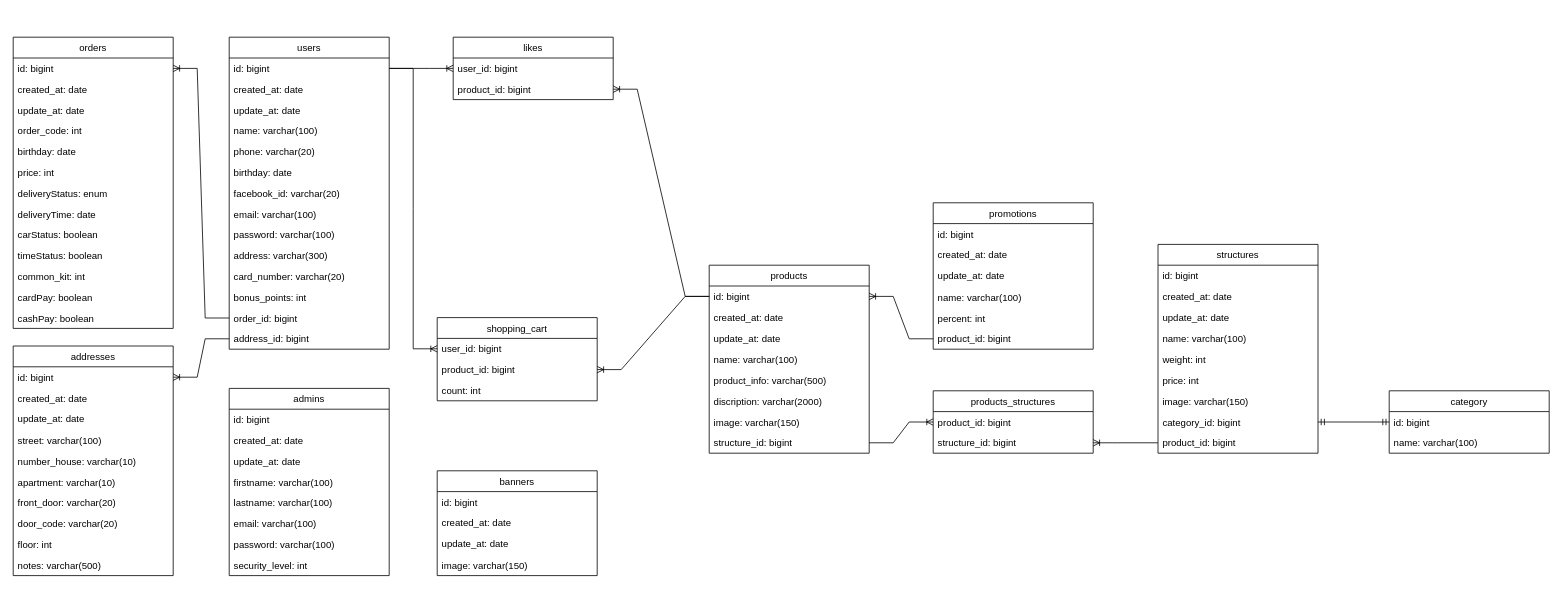
The draw.io diagram src/Vilki_Palki.drawio in NikitaFoshch/UML, before the edit. Source tidied: cells renumbered, new cells numbered last; positions are measured from the earlier drawing's top-left corner, leaving out a move shared by most shapes. Both pictures are drawn from the tidied source at 80%, with x=0, y=0 at pixel (13, 37).
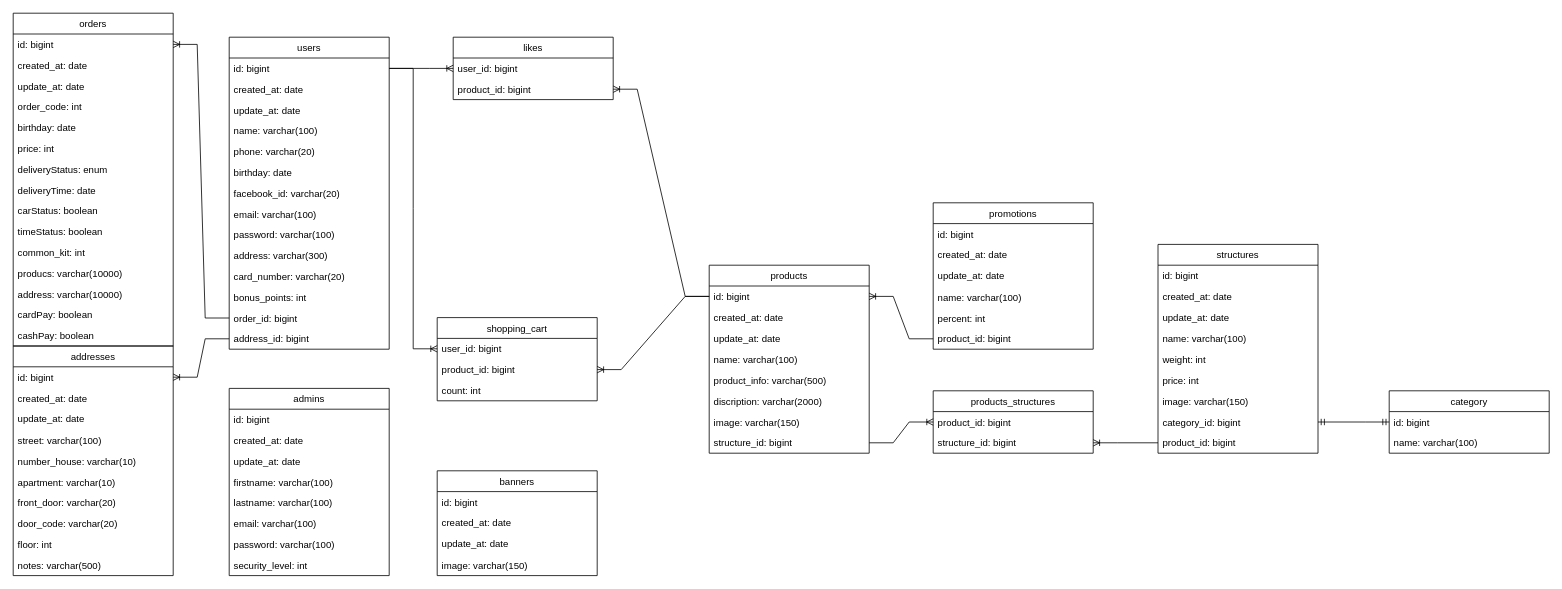
Above is the later version.

What changed in the source:
```diff
@@
     <mxCell id="28" value="orders" style="swimlane;fontStyle=0;horizontal=1;startSize=26;fillColor=none;" parent="1" vertex="1">
-      <mxGeometry width="200" height="364" as="geometry" />
+      <mxGeometry y="-30" width="200" height="416" as="geometry" />
     </mxCell>
@@
+    <mxCell id="105" value="producs: varchar(10000)" style="text;strokeColor=none;fillColor=none;align=left;verticalAlign=top;spacingLeft=4;spacingRight=4;overflow=hidden;" parent="28" vertex="1">
+      <mxGeometry y="312" width="200" height="26" as="geometry" />
+    </mxCell>
+    <mxCell id="106" value="address: varchar(10000)" style="text;strokeColor=none;fillColor=none;align=left;verticalAlign=top;spacingLeft=4;spacingRight=4;overflow=hidden;" parent="28" vertex="1">
+      <mxGeometry y="338" width="200" height="26" as="geometry" />
+    </mxCell>
     <mxCell id="40" value="cardPay: boolean" style="text;strokeColor=none;fillColor=none;align=left;verticalAlign=top;spacingLeft=4;spacingRight=4;overflow=hidden;" parent="28" vertex="1">
-      <mxGeometry y="312" width="200" height="26" as="geometry" />
+      <mxGeometry y="364" width="200" height="26" as="geometry" />
     </mxCell>
     <mxCell id="41" value="cashPay: boolean" style="text;strokeColor=none;fillColor=none;align=left;verticalAlign=top;spacingLeft=4;spacingRight=4;overflow=hidden;" parent="28" vertex="1">
-      <mxGeometry y="338" width="200" height="26" as="geometry" />
+      <mxGeometry y="390" width="200" height="26" as="geometry" />
     </mxCell>
```
